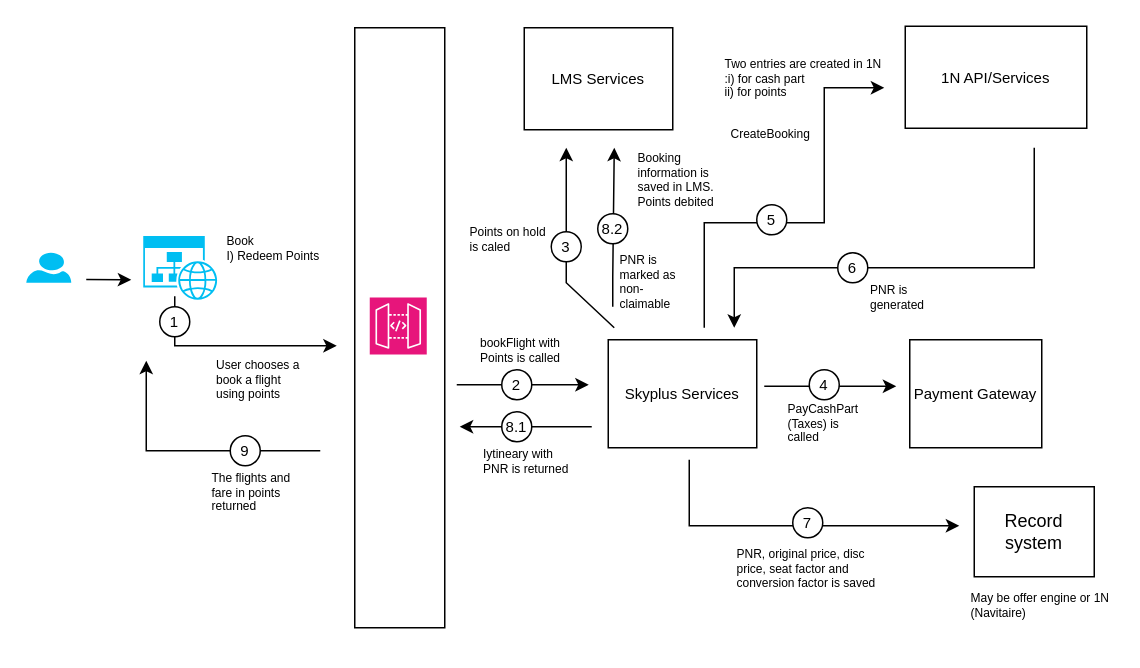
This is page "Book" (2 of 2) of Redeem_Points_Flow.drawio from nchauhan4/drawings, a draw.io file, before an edit. Source tidied: cells renumbered, new cells numbered last; positions are measured from the earlier drawing's top-left corner, leaving out a move shared by most shapes. Both pictures are drawn from the tidied source at 150%, with x=0, y=0 at pixel (26, 26).
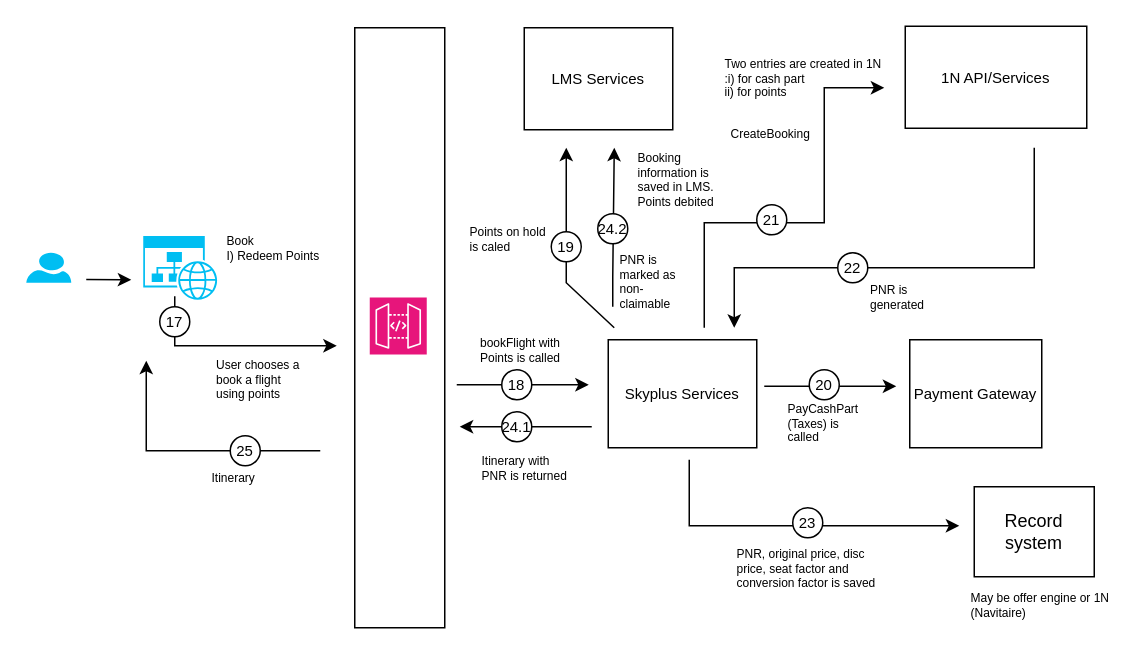
Above is the later version.

Change to the diagram source:
```diff
@@
-    <mxCell id="10" value="&lt;font style=&quot;font-size: 10px;&quot;&gt;1&lt;/font&gt;" style="text;html=1;strokeColor=none;fillColor=none;align=center;verticalAlign=middle;whiteSpace=wrap;rounded=0;" parent="1" vertex="1">
+    <mxCell id="10" value="&lt;font style=&quot;font-size: 10px;&quot;&gt;17&lt;/font&gt;" style="text;html=1;strokeColor=none;fillColor=none;align=center;verticalAlign=middle;whiteSpace=wrap;rounded=0;" parent="1" vertex="1">
       <mxGeometry x="84" y="187" width="30" height="20" as="geometry" />
     </mxCell>
@@
-    <mxCell id="18" value="&lt;span style=&quot;font-size: 10px;&quot;&gt;4&lt;/span&gt;" style="text;html=1;strokeColor=none;fillColor=none;align=center;verticalAlign=middle;whiteSpace=wrap;rounded=0;" parent="1" vertex="1">
+    <mxCell id="18" value="&lt;span style=&quot;font-size: 10px;&quot;&gt;20&lt;/span&gt;" style="text;html=1;strokeColor=none;fillColor=none;align=center;verticalAlign=middle;whiteSpace=wrap;rounded=0;" parent="1" vertex="1">
       <mxGeometry x="517" y="229" width="30" height="20" as="geometry" />
     </mxCell>
@@
-    <mxCell id="21" value="&lt;font style=&quot;font-size: 10px;&quot;&gt;2&lt;/font&gt;" style="text;html=1;strokeColor=none;fillColor=none;align=center;verticalAlign=middle;whiteSpace=wrap;rounded=0;" parent="1" vertex="1">
+    <mxCell id="21" value="&lt;font style=&quot;font-size: 10px;&quot;&gt;18&lt;/font&gt;" style="text;html=1;strokeColor=none;fillColor=none;align=center;verticalAlign=middle;whiteSpace=wrap;rounded=0;" parent="1" vertex="1">
       <mxGeometry x="312" y="229" width="30" height="20" as="geometry" />
     </mxCell>
@@
-    <mxCell id="26" value="&lt;font style=&quot;font-size: 10px;&quot;&gt;7&lt;/font&gt;" style="text;html=1;strokeColor=none;fillColor=none;align=center;verticalAlign=middle;whiteSpace=wrap;rounded=0;" parent="1" vertex="1">
+    <mxCell id="26" value="&lt;font style=&quot;font-size: 10px;&quot;&gt;23&lt;/font&gt;" style="text;html=1;strokeColor=none;fillColor=none;align=center;verticalAlign=middle;whiteSpace=wrap;rounded=0;" parent="1" vertex="1">
       <mxGeometry x="506" y="321" width="30" height="20" as="geometry" />
     </mxCell>
@@
-    <mxCell id="30" value="&lt;font style=&quot;font-size: 10px;&quot;&gt;8.1&lt;/font&gt;" style="text;html=1;strokeColor=none;fillColor=none;align=center;verticalAlign=middle;whiteSpace=wrap;rounded=0;" parent="1" vertex="1">
+    <mxCell id="30" value="&lt;font style=&quot;font-size: 10px;&quot;&gt;24.1&lt;/font&gt;" style="text;html=1;strokeColor=none;fillColor=none;align=center;verticalAlign=middle;whiteSpace=wrap;rounded=0;" parent="1" vertex="1">
       <mxGeometry x="312" y="257" width="30" height="20" as="geometry" />
     </mxCell>
-    <mxCell id="31" value="Iytineary with PNR is returned" style="text;html=1;strokeColor=none;fillColor=none;align=left;verticalAlign=top;whiteSpace=wrap;rounded=0;fontSize=8;" parent="1" vertex="1">
-      <mxGeometry x="302.8" y="274" width="58.5" height="33" as="geometry" />
+    <mxCell id="31" value="Itinerary with PNR is returned" style="text;html=1;strokeColor=none;fillColor=none;align=left;verticalAlign=top;whiteSpace=wrap;rounded=0;fontSize=8;" parent="1" vertex="1">
+      <mxGeometry x="301.8" y="279" width="58.5" height="33" as="geometry" />
     </mxCell>
@@
-    <mxCell id="34" value="&lt;font style=&quot;font-size: 10px;&quot;&gt;9&lt;/font&gt;" style="text;html=1;strokeColor=none;fillColor=none;align=center;verticalAlign=middle;whiteSpace=wrap;rounded=0;" parent="1" vertex="1">
+    <mxCell id="34" value="&lt;font style=&quot;font-size: 10px;&quot;&gt;25&lt;/font&gt;" style="text;html=1;strokeColor=none;fillColor=none;align=center;verticalAlign=middle;whiteSpace=wrap;rounded=0;" parent="1" vertex="1">
       <mxGeometry x="131" y="273" width="30" height="20" as="geometry" />
     </mxCell>
-    <mxCell id="35" value="The flights and fare in points&amp;nbsp; returned" style="text;html=1;strokeColor=none;fillColor=none;align=left;verticalAlign=top;whiteSpace=wrap;rounded=0;fontSize=8;" parent="1" vertex="1">
+    <mxCell id="35" value="Itinerary" style="text;html=1;strokeColor=none;fillColor=none;align=left;verticalAlign=top;whiteSpace=wrap;rounded=0;fontSize=8;" parent="1" vertex="1">
       <mxGeometry x="121.8" y="290" width="58.5" height="33" as="geometry" />
     </mxCell>
@@
-    <mxCell id="38" value="&lt;font style=&quot;font-size: 10px;&quot;&gt;5&lt;/font&gt;" style="text;html=1;strokeColor=none;fillColor=none;align=center;verticalAlign=middle;whiteSpace=wrap;rounded=0;" parent="1" vertex="1">
+    <mxCell id="38" value="&lt;font style=&quot;font-size: 10px;&quot;&gt;21&lt;/font&gt;" style="text;html=1;strokeColor=none;fillColor=none;align=center;verticalAlign=middle;whiteSpace=wrap;rounded=0;" parent="1" vertex="1">
       <mxGeometry x="482" y="119" width="30" height="20" as="geometry" />
     </mxCell>
@@
-    <mxCell id="42" value="&lt;font style=&quot;font-size: 10px;&quot;&gt;6&lt;/font&gt;" style="text;html=1;strokeColor=none;fillColor=none;align=center;verticalAlign=middle;whiteSpace=wrap;rounded=0;" parent="1" vertex="1">
+    <mxCell id="42" value="&lt;font style=&quot;font-size: 10px;&quot;&gt;22&lt;/font&gt;" style="text;html=1;strokeColor=none;fillColor=none;align=center;verticalAlign=middle;whiteSpace=wrap;rounded=0;" parent="1" vertex="1">
       <mxGeometry x="536" y="151" width="30" height="20" as="geometry" />
     </mxCell>
@@
-    <mxCell id="50" value="&lt;font style=&quot;font-size: 10px;&quot;&gt;8.2&lt;/font&gt;" style="text;html=1;strokeColor=none;fillColor=none;align=center;verticalAlign=middle;whiteSpace=wrap;rounded=0;" parent="1" vertex="1">
+    <mxCell id="50" value="&lt;font style=&quot;font-size: 10px;&quot;&gt;24.2&lt;/font&gt;" style="text;html=1;strokeColor=none;fillColor=none;align=center;verticalAlign=middle;whiteSpace=wrap;rounded=0;" parent="1" vertex="1">
       <mxGeometry x="376" y="125" width="30" height="20" as="geometry" />
     </mxCell>
@@
-    <mxCell id="52" value="&lt;font style=&quot;font-size: 10px;&quot;&gt;3&lt;/font&gt;" style="text;html=1;strokeColor=none;fillColor=none;align=center;verticalAlign=middle;whiteSpace=wrap;rounded=0;" parent="1" vertex="1">
+    <mxCell id="52" value="&lt;font style=&quot;font-size: 10px;&quot;&gt;19&lt;/font&gt;" style="text;html=1;strokeColor=none;fillColor=none;align=center;verticalAlign=middle;whiteSpace=wrap;rounded=0;" parent="1" vertex="1">
       <mxGeometry x="345" y="137" width="30" height="20" as="geometry" />
     </mxCell>
```
